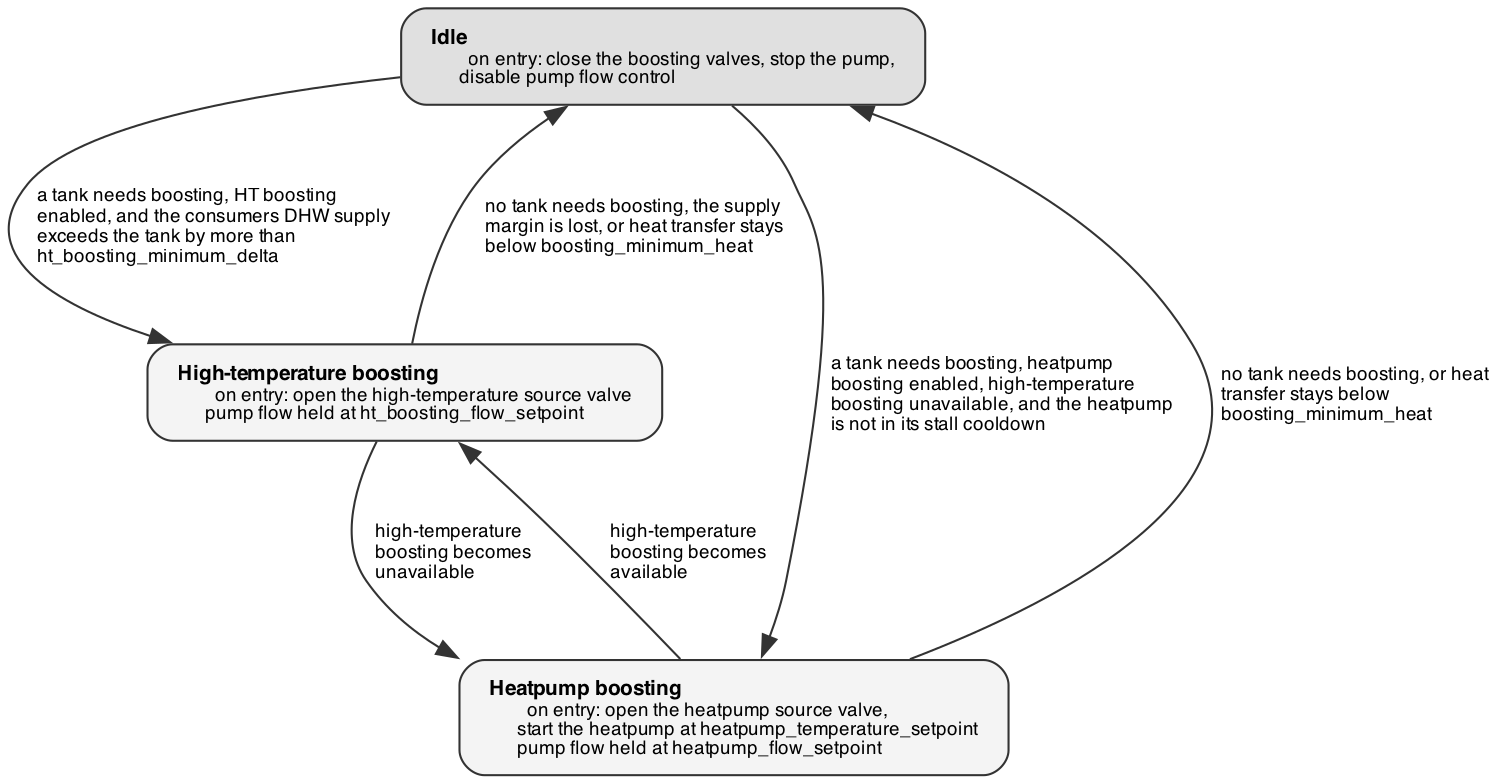
foundation-zero/zero keeps this Graphviz diagram as zero-thrs-control/docs/manuals/figures/dhw-states.png. Above is the earlier version. Its source is kept beside it as zero-thrs-control/docs/manuals/figures/dhw-states.dot.
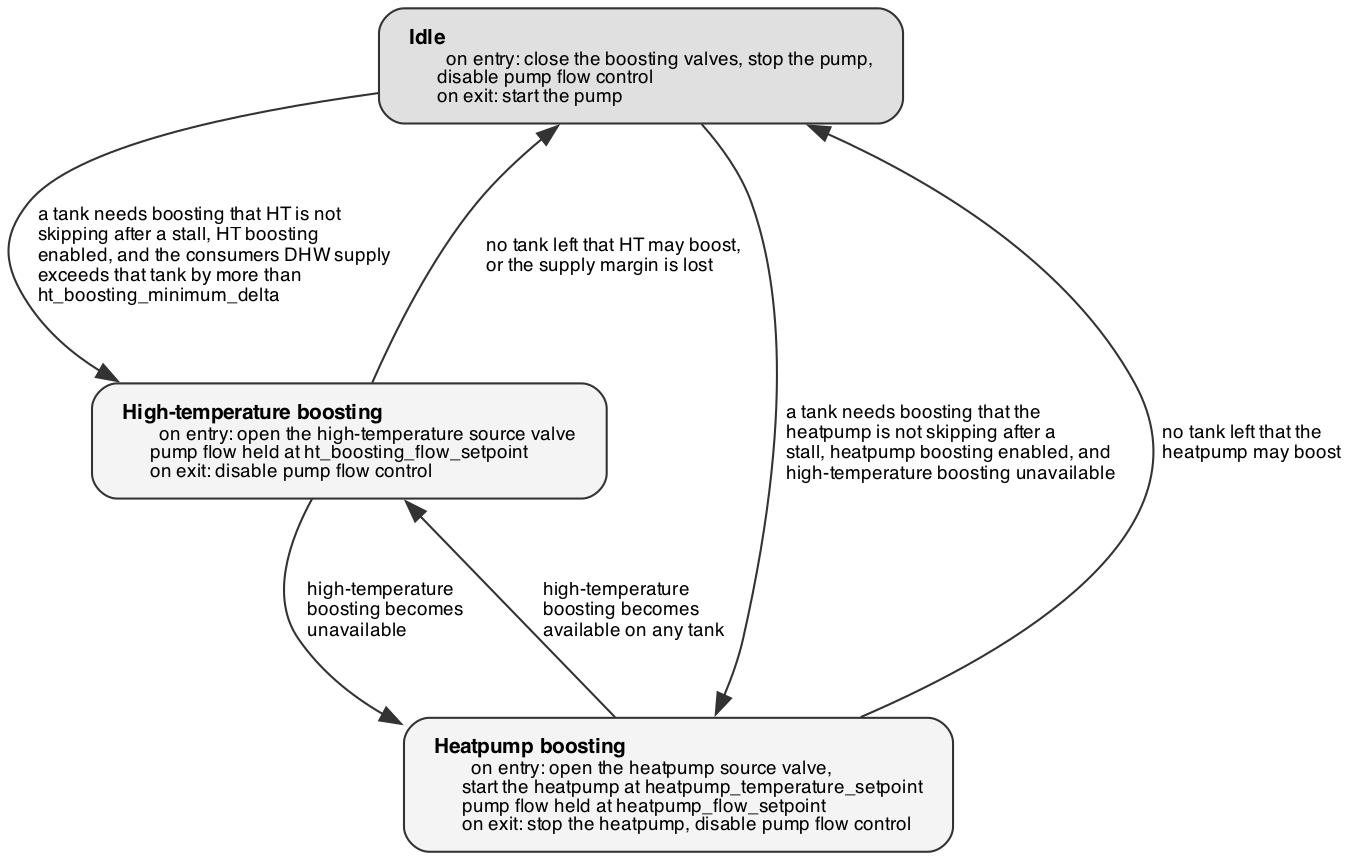
After the change.

Commit message:
Describe the per-source boosting stall lockout in the DHW manual

The edit, as a diff of the source:
```diff
@@ -9,23 +9,26 @@
 
   idle [fillcolor="#e0e0e0", label=<<b>Idle</b><br align="left"/>
       <font point-size="9">on entry: close the boosting valves, stop the pump,<br align="left"/>
-      disable pump flow control<br align="left"/></font>>];
+      disable pump flow control<br align="left"/>
+      on exit: start the pump<br align="left"/></font>>];
 
   ht [label=<<b>High-temperature boosting</b><br align="left"/>
       <font point-size="9">on entry: open the high-temperature source valve<br align="left"/>
-      pump flow held at ht_boosting_flow_setpoint<br align="left"/></font>>];
+      pump flow held at ht_boosting_flow_setpoint<br align="left"/>
+      on exit: disable pump flow control<br align="left"/></font>>];
 
   hp [label=<<b>Heatpump boosting</b><br align="left"/>
       <font point-size="9">on entry: open the heatpump source valve,<br align="left"/>
       start the heatpump at heatpump_temperature_setpoint<br align="left"/>
-      pump flow held at heatpump_flow_setpoint<br align="left"/></font>>];
+      pump flow held at heatpump_flow_setpoint<br align="left"/>
+      on exit: stop the heatpump, disable pump flow control<br align="left"/></font>>];
 
-  idle -> ht [label="  a tank needs boosting, HT boosting\l  enabled, and the consumers DHW supply\l  exceeds the tank by more than\l  ht_boosting_minimum_delta\l"];
-  ht -> idle [label="  no tank needs boosting, the supply\l  margin is lost, or heat transfer stays\l  below boosting_minimum_heat\l"];
+  idle -> ht [label="  a tank needs boosting that HT is not\l  skipping after a stall, HT boosting\l  enabled, and the consumers DHW supply\l  exceeds that tank by more than\l  ht_boosting_minimum_delta\l"];
+  ht -> idle [label="  no tank left that HT may boost,\l  or the supply margin is lost\l"];
 
   ht -> hp [label="  high-temperature\l  boosting becomes\l  unavailable\l"];
-  hp -> ht [label="  high-temperature\l  boosting becomes\l  available\l"];
+  hp -> ht [label="  high-temperature\l  boosting becomes\l  available on any tank\l"];
 
-  idle -> hp [label="  a tank needs boosting, heatpump\l  boosting enabled, high-temperature\l  boosting unavailable, and the heatpump\l  is not in its stall cooldown\l"];
-  hp -> idle [label="  no tank needs boosting, or heat\l  transfer stays below\l  boosting_minimum_heat\l"];
+  idle -> hp [label="  a tank needs boosting that the\l  heatpump is not skipping after a\l  stall, heatpump boosting enabled, and\l  high-temperature boosting unavailable\l"];
+  hp -> idle [label="  no tank left that the\l  heatpump may boost\l"];
 }
```
